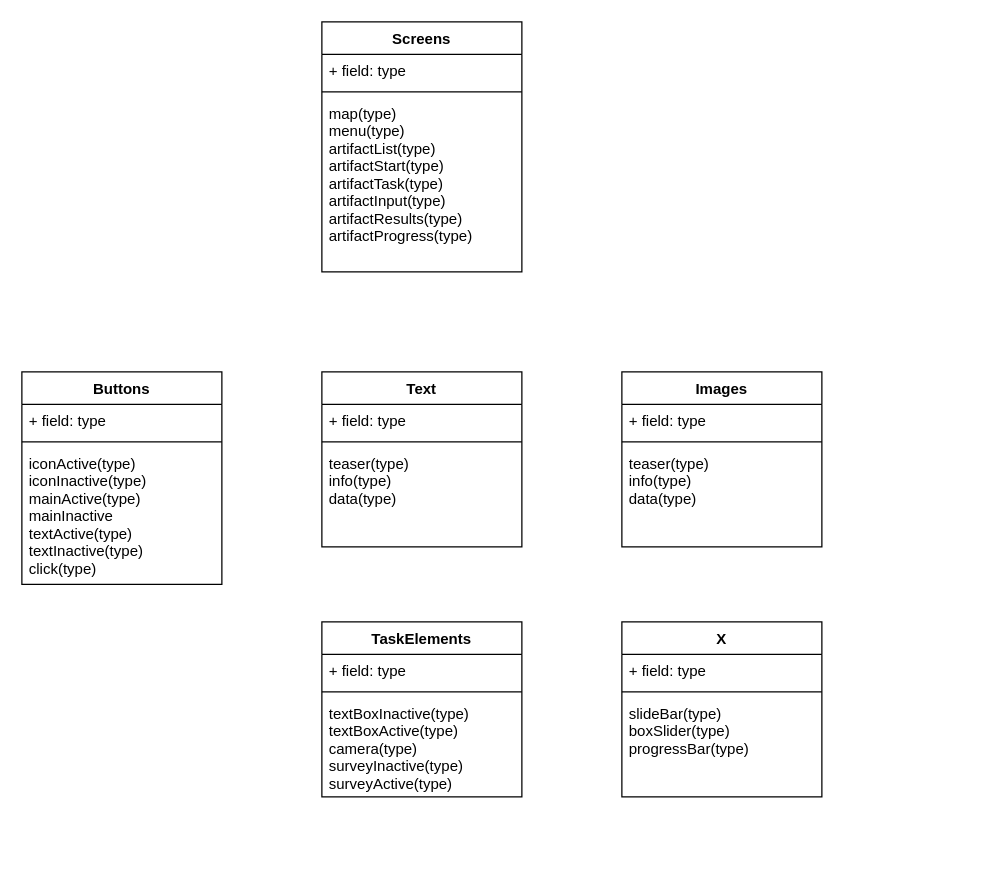
Before: page "Version2" (2 of 2) of klassendiagram.drawio in jesnay/Pionear_Frontend, a draw.io diagram. Source tidied: cells renumbered, new cells numbered last; positions are measured from the earlier drawing's top-left corner, leaving out a move shared by most shapes. Both pictures are drawn from the tidied source at 125%, with x=0, y=0 at pixel (21, 21).
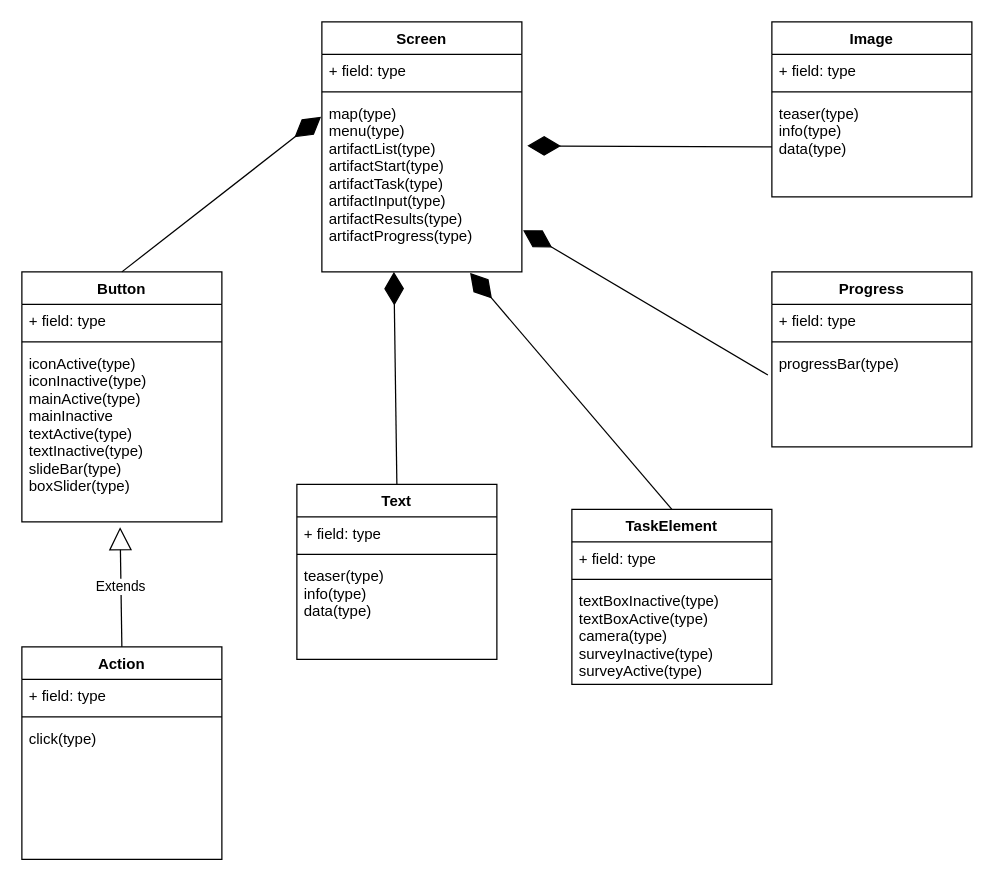
After the change.

Unchanged cells that the change refers to:
```xml
<mxCell id="5" value="teaser(type)&#10;info(type)&#10;data(type)" style="text;strokeColor=none;fillColor=none;align=left;verticalAlign=top;spacingLeft=4;spacingRight=4;overflow=hidden;points=[[0,0.5],[1,0.5]];portConstraint=eastwest;" parent="2" vertex="1">
  <mxGeometry y="60" width="160" height="80" as="geometry" />
</mxCell>
<mxCell id="17" value="map(type)&#10;menu(type)&#10;artifactList(type)&#10;artifactStart(type)&#10;artifactTask(type)&#10;artifactInput(type)&#10;artifactResults(type)&#10;artifactProgress(type)" style="text;strokeColor=none;fillColor=none;align=left;verticalAlign=top;spacingLeft=4;spacingRight=4;overflow=hidden;points=[[0,0.5],[1,0.5]];portConstraint=eastwest;" parent="14" vertex="1">
  <mxGeometry y="60" width="160" height="140" as="geometry" />
</mxCell>
```

Change to the diagram source:
```diff
@@
-    <mxCell id="2" value="Images" style="swimlane;fontStyle=1;align=center;verticalAlign=top;horizontal=1;startSize=26;" parent="1" vertex="1">
-      <mxGeometry x="480" y="280" width="160" height="140" as="geometry" />
+    <mxCell id="2" value="Image" style="swimlane;fontStyle=1;align=center;verticalAlign=top;horizontal=1;startSize=26;" parent="1" vertex="1">
+      <mxGeometry x="600" width="160" height="140" as="geometry" />
     </mxCell>
@@
     <mxCell id="6" value="Text" style="swimlane;fontStyle=1;align=center;verticalAlign=top;horizontal=1;startSize=26;" parent="1" vertex="1">
-      <mxGeometry x="240" y="280" width="160" height="140" as="geometry" />
+      <mxGeometry x="220" y="370" width="160" height="140" as="geometry" />
     </mxCell>
@@
-    <mxCell id="10" value="Buttons" style="swimlane;fontStyle=1;align=center;verticalAlign=top;horizontal=1;startSize=26;" parent="1" vertex="1">
-      <mxGeometry y="280" width="160" height="170" as="geometry" />
+    <mxCell id="10" value="Button" style="swimlane;fontStyle=1;align=center;verticalAlign=top;horizontal=1;startSize=26;" parent="1" vertex="1">
+      <mxGeometry y="200" width="160" height="200" as="geometry" />
     </mxCell>
@@
-    <mxCell id="13" value="iconActive(type)&#10;iconInactive(type)&#10;mainActive(type)&#10;mainInactive&#10;textActive(type)&#10;textInactive(type)&#10;click(type)" style="text;strokeColor=none;fillColor=none;align=left;verticalAlign=top;spacingLeft=4;spacingRight=4;overflow=hidden;points=[[0,0.5],[1,0.5]];portConstraint=eastwest;" parent="10" vertex="1">
-      <mxGeometry y="60" width="160" height="110" as="geometry" />
+    <mxCell id="13" value="iconActive(type)&#10;iconInactive(type)&#10;mainActive(type)&#10;mainInactive&#10;textActive(type)&#10;textInactive(type)&#10;slideBar(type)&#10;boxSlider(type)" style="text;strokeColor=none;fillColor=none;align=left;verticalAlign=top;spacingLeft=4;spacingRight=4;overflow=hidden;points=[[0,0.5],[1,0.5]];portConstraint=eastwest;" parent="10" vertex="1">
+      <mxGeometry y="60" width="160" height="140" as="geometry" />
     </mxCell>
-    <mxCell id="14" value="Screens" style="swimlane;fontStyle=1;align=center;verticalAlign=top;horizontal=1;startSize=26;" parent="1" vertex="1">
+    <mxCell id="14" value="Screen" style="swimlane;fontStyle=1;align=center;verticalAlign=top;horizontal=1;startSize=26;" parent="1" vertex="1">
       <mxGeometry x="240" width="160" height="200" as="geometry" />
     </mxCell>
@@
-    <mxCell id="18" value="TaskElements" style="swimlane;fontStyle=1;align=center;verticalAlign=top;horizontal=1;startSize=26;" parent="1" vertex="1">
-      <mxGeometry x="240" y="480" width="160" height="140" as="geometry" />
+    <mxCell id="18" value="TaskElement" style="swimlane;fontStyle=1;align=center;verticalAlign=top;horizontal=1;startSize=26;" parent="1" vertex="1">
+      <mxGeometry x="440" y="390" width="160" height="140" as="geometry" />
     </mxCell>
@@
-    <mxCell id="22" value="X" style="swimlane;fontStyle=1;align=center;verticalAlign=top;horizontal=1;startSize=26;" parent="1" vertex="1">
-      <mxGeometry x="480" y="480" width="160" height="140" as="geometry" />
+    <mxCell id="22" value="Progress" style="swimlane;fontStyle=1;align=center;verticalAlign=top;horizontal=1;startSize=26;" parent="1" vertex="1">
+      <mxGeometry x="600" y="200" width="160" height="140" as="geometry" />
     </mxCell>
@@
-    <mxCell id="25" value="slideBar(type)&#10;boxSlider(type)&#10;progressBar(type)" style="text;strokeColor=none;fillColor=none;align=left;verticalAlign=top;spacingLeft=4;spacingRight=4;overflow=hidden;points=[[0,0.5],[1,0.5]];portConstraint=eastwest;" parent="22" vertex="1">
+    <mxCell id="25" value="progressBar(type)" style="text;strokeColor=none;fillColor=none;align=left;verticalAlign=top;spacingLeft=4;spacingRight=4;overflow=hidden;points=[[0,0.5],[1,0.5]];portConstraint=eastwest;" parent="22" vertex="1">
       <mxGeometry y="60" width="160" height="80" as="geometry" />
     </mxCell>
+    <mxCell id="26" value="Action" style="swimlane;fontStyle=1;align=center;verticalAlign=top;horizontal=1;startSize=26;" parent="1" vertex="1">
+      <mxGeometry y="500" width="160" height="170" as="geometry" />
+    </mxCell>
+    <mxCell id="27" value="+ field: type" style="text;strokeColor=none;fillColor=none;align=left;verticalAlign=top;spacingLeft=4;spacingRight=4;overflow=hidden;" parent="26" vertex="1">
+      <mxGeometry y="26" width="160" height="26" as="geometry" />
+    </mxCell>
+    <mxCell id="28" style="line;strokeWidth=1;fillColor=none;align=left;verticalAlign=middle;spacingTop=-1;spacingLeft=3;spacingRight=3;labelPosition=right;" parent="26" vertex="1">
+      <mxGeometry y="52" width="160" height="8" as="geometry" />
+    </mxCell>
+    <mxCell id="29" value="click(type)" style="text;strokeColor=none;fillColor=none;align=left;verticalAlign=top;spacingLeft=4;spacingRight=4;overflow=hidden;" parent="26" vertex="1">
+      <mxGeometry y="60" width="160" height="110" as="geometry" />
+    </mxCell>
+    <mxCell id="30" value="Extends" style="endArrow=block;endSize=16;endFill=0;html=1;exitX=0.5;exitY=0;exitDx=0;exitDy=0;entryX=0.491;entryY=1.03;entryDx=0;entryDy=0;entryPerimeter=0;" parent="1" edge="1" source="26" target="13">
+      <mxGeometry relative="1" as="geometry" />
+    </mxCell>
+    <mxCell id="31" style="endArrow=diamondThin;endFill=1;endSize=24;html=1;exitX=0.5;exitY=0;exitDx=0;exitDy=0;entryX=0.36;entryY=1;entryDx=0;entryDy=0;entryPerimeter=0;" parent="1" edge="1" source="6" target="17">
+      <mxGeometry relative="1" as="geometry" />
+    </mxCell>
+    <mxCell id="32" style="endArrow=diamondThin;endFill=1;endSize=24;html=1;exitX=0.5;exitY=0;exitDx=0;exitDy=0;entryX=0.741;entryY=1.006;entryDx=0;entryDy=0;entryPerimeter=0;" parent="1" edge="1" source="18" target="17">
+      <mxGeometry relative="1" as="geometry" />
+    </mxCell>
+    <mxCell id="33" style="endArrow=diamondThin;endFill=1;endSize=24;html=1;exitX=-0.02;exitY=0.281;exitDx=0;exitDy=0;entryX=1.006;entryY=0.762;entryDx=0;entryDy=0;entryPerimeter=0;exitPerimeter=0;" parent="1" edge="1" source="25" target="17">
+      <mxGeometry relative="1" as="geometry" />
+    </mxCell>
+    <mxCell id="34" style="endArrow=diamondThin;endFill=1;endSize=24;html=1;exitX=0;exitY=0.5;exitDx=0;exitDy=0;entryX=1.027;entryY=0.28;entryDx=0;entryDy=0;entryPerimeter=0;" parent="1" edge="1" source="5" target="17">
+      <mxGeometry relative="1" as="geometry" />
+    </mxCell>
+    <mxCell id="35" style="endArrow=diamondThin;endFill=1;endSize=24;html=1;exitX=0.5;exitY=0;exitDx=0;exitDy=0;entryX=-0.004;entryY=0.113;entryDx=0;entryDy=0;entryPerimeter=0;" parent="1" edge="1" source="10" target="17">
+      <mxGeometry relative="1" as="geometry" />
+    </mxCell>
```
